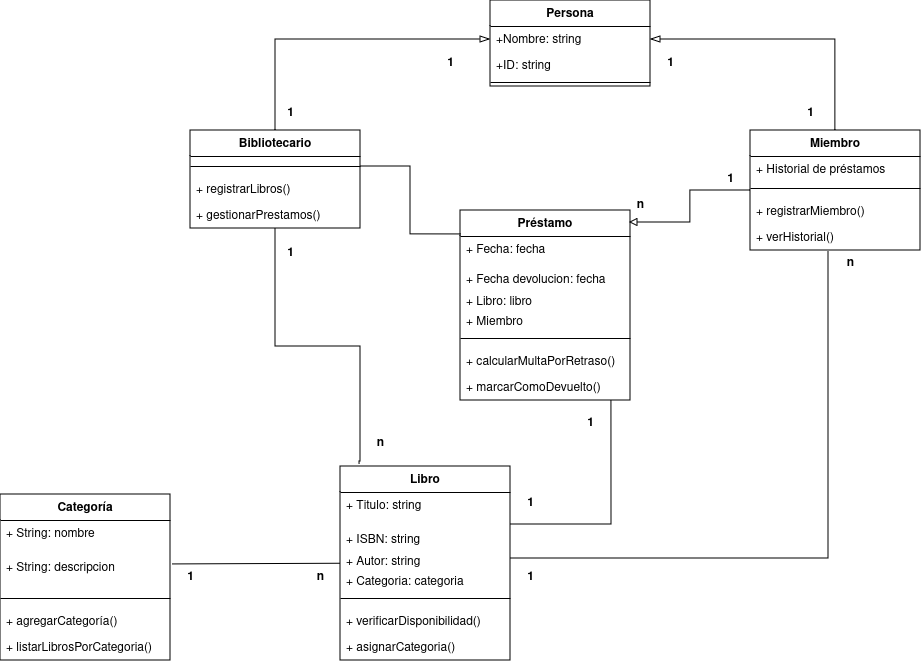
The draw.io diagram diagramas_clases_biblioteca.drawio.png in Cdiagal/Realizaci-n-del-diagrama-de-clases, before a commit. Source tidied: cells renumbered, new cells last; positions are measured from the earlier drawing's top-left corner, leaving out a move shared by most shapes.
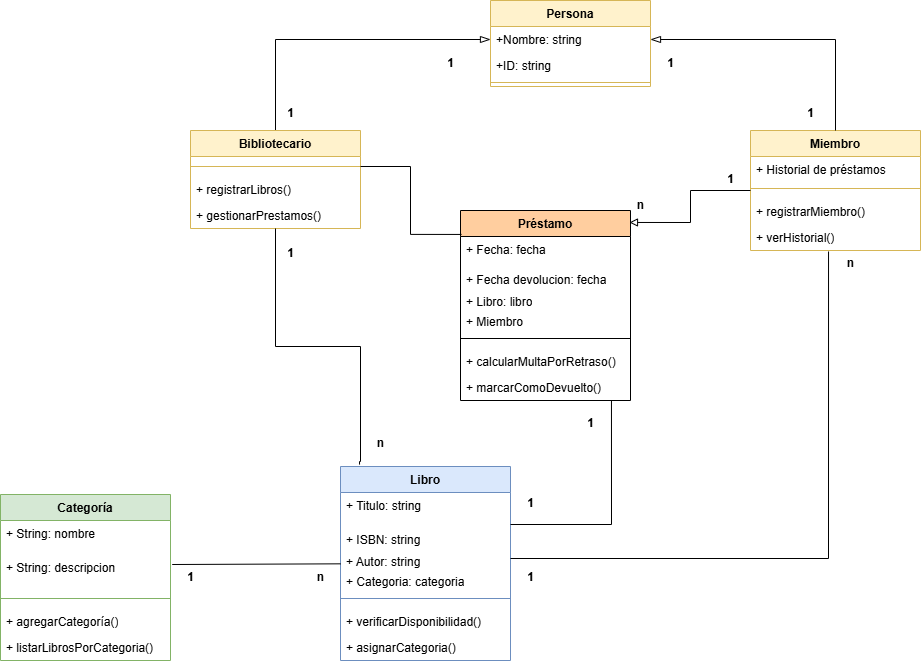
The same file after the commit.

Change to the diagram source:
```diff
@@ -2,7 +2,7 @@
   <root>
     <mxCell id="0" />
     <mxCell id="1" parent="0" />
-    <mxCell id="2" value="Libro" style="swimlane;fontStyle=1;align=center;verticalAlign=top;horizontal=1;startSize=26;whiteSpace=wrap;html=1;" parent="1" vertex="1">
+    <mxCell id="2" value="Libro" style="swimlane;fontStyle=1;align=center;verticalAlign=top;horizontal=1;startSize=26;whiteSpace=wrap;html=1;fillColor=#dae8fc;strokeColor=#6c8ebf;" parent="1" vertex="1">
       <mxGeometry x="340" y="466" width="170" height="194" as="geometry" />
     </mxCell>
     <mxCell id="3" value="+ Titulo: string" style="text;strokeColor=none;fillColor=none;align=left;verticalAlign=top;spacingLeft=4;spacingRight=4;overflow=hidden;whiteSpace=wrap;html=1;" parent="2" vertex="1">
@@ -26,7 +26,7 @@
     <mxCell id="9" value="+ asignarCategoria()" style="text;strokeColor=none;fillColor=none;align=left;verticalAlign=top;spacingLeft=4;spacingRight=4;overflow=hidden;whiteSpace=wrap;html=1;" parent="2" vertex="1">
       <mxGeometry y="168" width="170" height="26" as="geometry" />
     </mxCell>
-    <mxCell id="10" value="Miembro" style="swimlane;fontStyle=1;align=center;verticalAlign=top;horizontal=1;startSize=26;whiteSpace=wrap;html=1;" parent="1" vertex="1">
+    <mxCell id="10" value="Miembro" style="swimlane;fontStyle=1;align=center;verticalAlign=top;horizontal=1;startSize=26;whiteSpace=wrap;html=1;fillColor=#fff2cc;strokeColor=#d6b656;" parent="1" vertex="1">
       <mxGeometry x="750" y="130" width="170" height="120" as="geometry" />
     </mxCell>
     <mxCell id="11" value="+ Historial de préstamos" style="text;strokeColor=none;fillColor=none;align=left;verticalAlign=top;spacingLeft=4;spacingRight=4;overflow=hidden;whiteSpace=wrap;html=1;" parent="10" vertex="1">
@@ -41,7 +41,7 @@
     <mxCell id="14" value="+ verHistorial()" style="text;strokeColor=none;fillColor=none;align=left;verticalAlign=top;spacingLeft=4;spacingRight=4;overflow=hidden;points=[[0,0.5],[1,0.5]];portConstraint=eastwest;whiteSpace=wrap;html=1;" parent="10" vertex="1">
       <mxGeometry y="94" width="170" height="26" as="geometry" />
     </mxCell>
-    <mxCell id="15" value="Préstamo" style="swimlane;fontStyle=1;align=center;verticalAlign=top;horizontal=1;startSize=26;whiteSpace=wrap;html=1;" parent="1" vertex="1">
+    <mxCell id="15" value="Préstamo" style="swimlane;fontStyle=1;align=center;verticalAlign=top;horizontal=1;startSize=26;whiteSpace=wrap;html=1;fillColor=#FFCE9F;" parent="1" vertex="1">
       <mxGeometry x="460" y="210" width="170" height="190" as="geometry" />
     </mxCell>
     <mxCell id="16" value="&lt;div&gt;+ Fecha: fecha&lt;br&gt;&lt;/div&gt;&lt;div&gt;&lt;br&gt;&lt;/div&gt;" style="text;strokeColor=none;fillColor=none;align=left;verticalAlign=top;spacingLeft=4;spacingRight=4;overflow=hidden;whiteSpace=wrap;html=1;" parent="15" vertex="1">
@@ -68,7 +68,7 @@
     <mxCell id="23" style="edgeStyle=orthogonalEdgeStyle;rounded=0;jettySize=auto;html=1;exitX=0.5;exitY=0;exitDx=0;exitDy=0;fontSize=12;startSize=8;endSize=8;entryX=0;entryY=0.5;entryDx=0;entryDy=0;endArrow=blockThin;endFill=0;" parent="1" edge="1" source="24" target="40">
       <mxGeometry relative="1" as="geometry" />
     </mxCell>
-    <mxCell id="24" value="Bibliotecario" style="swimlane;fontStyle=1;align=center;verticalAlign=top;horizontal=1;startSize=26;whiteSpace=wrap;html=1;" parent="1" vertex="1">
+    <mxCell id="24" value="Bibliotecario" style="swimlane;fontStyle=1;align=center;verticalAlign=top;horizontal=1;startSize=26;whiteSpace=wrap;html=1;fillColor=#fff2cc;strokeColor=#d6b656;" parent="1" vertex="1">
       <mxGeometry x="190" y="130" width="170" height="98" as="geometry" />
     </mxCell>
     <mxCell id="25" style="line;strokeWidth=1;fillColor=none;align=left;verticalAlign=middle;spacingTop=-1;spacingLeft=3;spacingRight=3;labelPosition=right;points=[];portConstraint=eastwest;strokeColor=inherit;" parent="24" vertex="1">
@@ -91,7 +91,7 @@
         </Array>
       </mxGeometry>
     </mxCell>
-    <mxCell id="29" value="Categoría" style="swimlane;fontStyle=1;align=center;verticalAlign=top;horizontal=1;startSize=26;whiteSpace=wrap;html=1;" parent="1" vertex="1">
+    <mxCell id="29" value="Categoría" style="swimlane;fontStyle=1;align=center;verticalAlign=top;horizontal=1;startSize=26;whiteSpace=wrap;html=1;fillColor=#d5e8d4;strokeColor=#82b366;" parent="1" vertex="1">
       <mxGeometry y="494" width="170" height="166" as="geometry" />
     </mxCell>
     <mxCell id="30" value="+ String: nombre" style="text;strokeColor=none;fillColor=none;align=left;verticalAlign=top;spacingLeft=4;spacingRight=4;overflow=hidden;whiteSpace=wrap;html=1;" parent="29" vertex="1">
@@ -121,7 +121,7 @@
     <mxCell id="38" value="1" style="text;align=center;fontStyle=1;verticalAlign=middle;spacingLeft=3;spacingRight=3;strokeColor=none;html=1;" parent="1" vertex="1">
       <mxGeometry x="150" y="564" width="80" height="26" as="geometry" />
     </mxCell>
-    <mxCell id="39" value="Persona" style="swimlane;fontStyle=1;align=center;verticalAlign=top;horizontal=1;startSize=26;whiteSpace=wrap;html=1;" parent="1" vertex="1">
+    <mxCell id="39" value="Persona" style="swimlane;fontStyle=1;align=center;verticalAlign=top;horizontal=1;startSize=26;whiteSpace=wrap;html=1;fillColor=#fff2cc;strokeColor=#d6b656;" parent="1" vertex="1">
       <mxGeometry x="490" width="160" height="86" as="geometry" />
     </mxCell>
     <mxCell id="40" value="+Nombre: string" style="text;strokeColor=none;fillColor=none;align=left;verticalAlign=top;spacingLeft=4;spacingRight=4;overflow=hidden;points=[[0,0.5],[1,0.5]];portConstraint=eastwest;whiteSpace=wrap;html=1;" parent="39" vertex="1">
```
